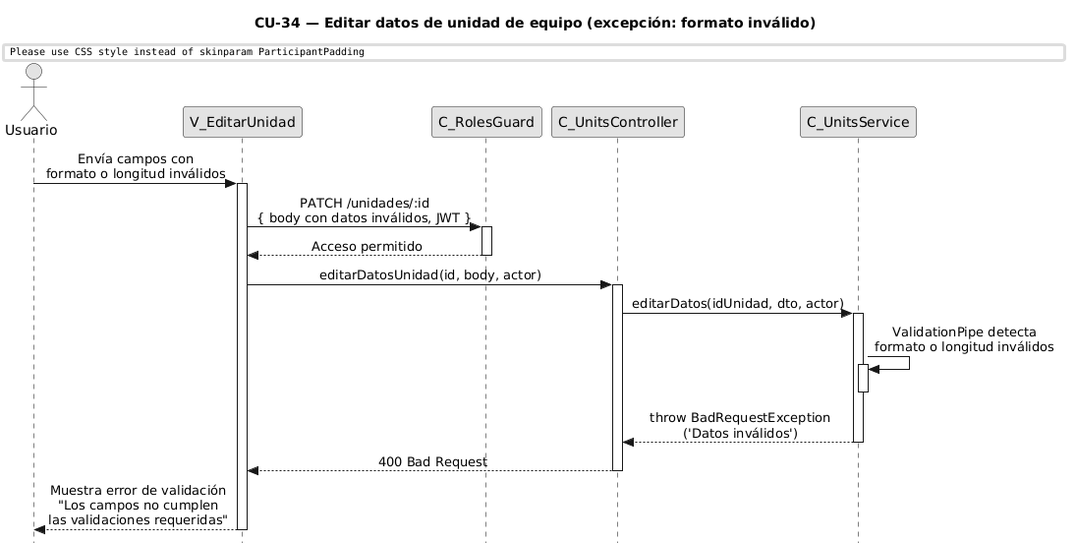
This is diagramas-secuencia/CU34/CU34-exc-formato-invalido.png from FSM-Finet-y-Cable-Magico/Team_1-Inventario-y-Bodega, a PlantUML export, as it was before one commit.
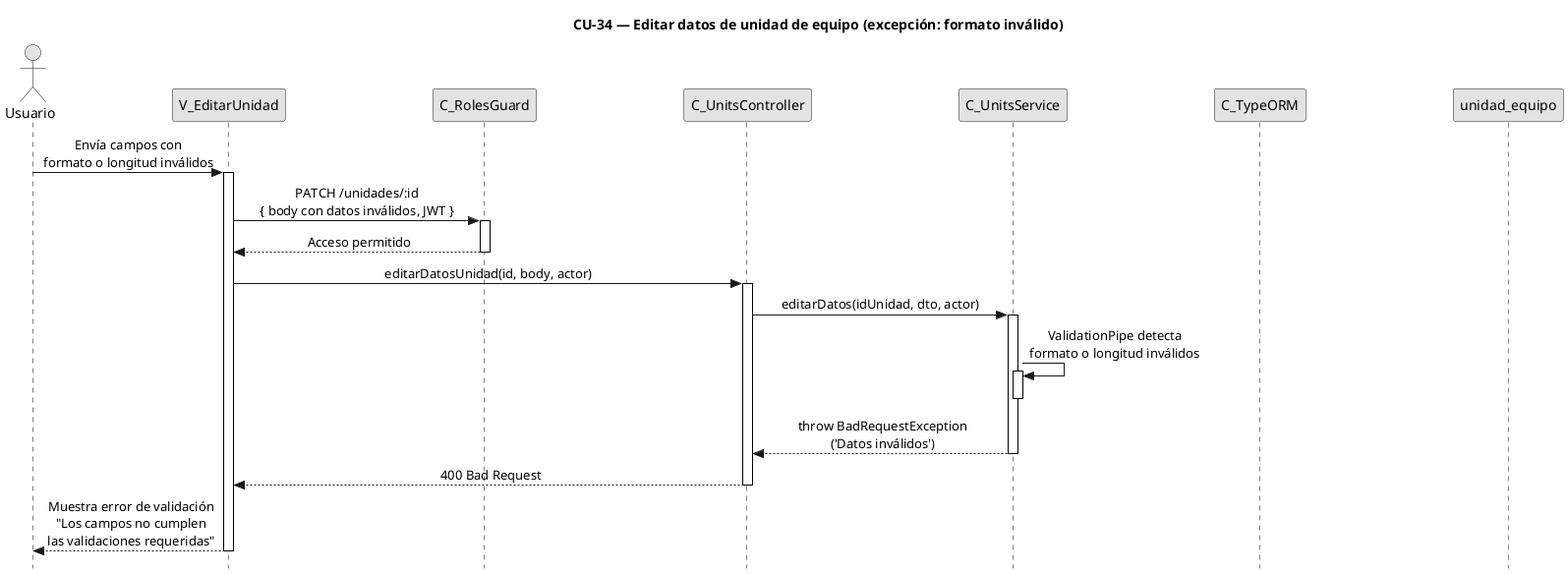
The same diagram one commit later.

The edit, as a diff of the source:
```diff
@@ -1,4 +1,4 @@
-@startuml
+@startuml CU34-exc-formato-invalido
 title CU-34 — Editar datos de unidad de equipo (excepción: formato inválido)
 
 skinparam style strictuml
@@ -18,6 +18,8 @@
 participant "C_RolesGuard" as guard
 participant "C_UnitsController" as ctrl
 participant "C_UnitsService" as svc
+participant "C_TypeORM" as orm
+participant "unidad_equipo" as ent
 
 user -> view : Envía campos con\nformato o longitud inválidos
 activate view
@@ -46,4 +48,5 @@
 
 view --> user : Muestra error de validación\n"Los campos no cumplen\nlas validaciones requeridas"
 deactivate view
+
 @enduml
```
